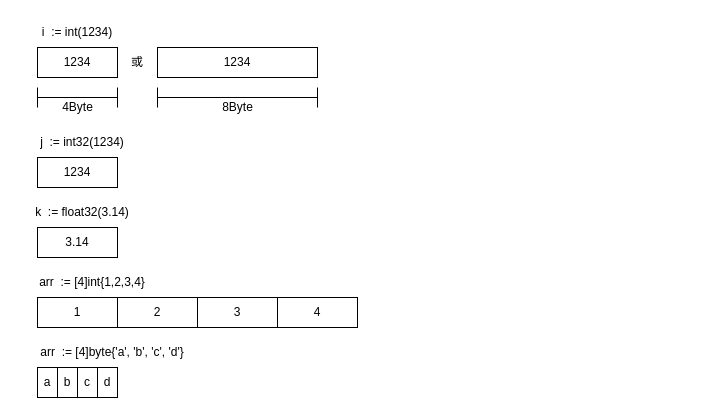
The draw.io diagram page "数据结构" (1 of 3) of golang.drawio in jxu86/project-uml, before the edit. Source tidied: cells renumbered, new cells numbered last; positions are measured from the earlier drawing's top-left corner, leaving out a move shared by most shapes. Both pictures are drawn from the tidied source at 100%, with x=0, y=0 at pixel (17, 17).
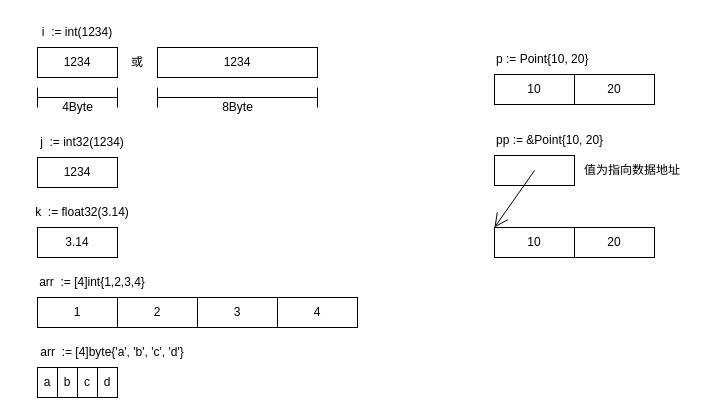
Above is the later version.

Change to the diagram source:
```diff
@@
+    <mxCell id="24" style="rounded=0;whiteSpace=wrap;html=1;" parent="1" vertex="1">
+      <mxGeometry x="477" y="138" width="80" height="30" as="geometry" />
+    </mxCell>
@@
+    <mxCell id="25" value="p := Point{10, 20}" style="text;html=1;strokeColor=none;fillColor=none;align=left;verticalAlign=middle;whiteSpace=wrap;rounded=0;" parent="1" vertex="1">
+      <mxGeometry x="477" y="27" width="119" height="30" as="geometry" />
+    </mxCell>
+    <mxCell id="26" value="pp := &amp;amp;Point{10, 20}" style="text;html=1;strokeColor=none;fillColor=none;align=left;verticalAlign=middle;whiteSpace=wrap;rounded=0;" parent="1" vertex="1">
+      <mxGeometry x="477" y="108" width="139" height="30" as="geometry" />
+    </mxCell>
+    <mxCell id="27" value="10" style="rounded=0;whiteSpace=wrap;html=1;" parent="1" vertex="1">
+      <mxGeometry x="477" y="210" width="80" height="30" as="geometry" />
+    </mxCell>
+    <mxCell id="28" value="20" style="rounded=0;whiteSpace=wrap;html=1;" parent="1" vertex="1">
+      <mxGeometry x="557" y="210" width="80" height="30" as="geometry" />
+    </mxCell>
+    <mxCell id="29" style="endArrow=open;endFill=1;endSize=12;html=1;rounded=0;entryX=0;entryY=0;entryDx=0;entryDy=0;exitX=0.5;exitY=0.5;exitDx=0;exitDy=0;exitPerimeter=0;" parent="1" edge="1" source="24" target="27">
+      <mxGeometry relative="1" as="geometry" />
+    </mxCell>
+    <mxCell id="30" value="10" style="rounded=0;whiteSpace=wrap;html=1;" parent="1" vertex="1">
+      <mxGeometry x="477" y="57" width="80" height="30" as="geometry" />
+    </mxCell>
+    <mxCell id="31" value="20" style="rounded=0;whiteSpace=wrap;html=1;" parent="1" vertex="1">
+      <mxGeometry x="557" y="57" width="80" height="30" as="geometry" />
+    </mxCell>
+    <mxCell id="32" value="值为指向数据地址" style="text;html=1;strokeColor=none;fillColor=none;align=center;verticalAlign=middle;whiteSpace=wrap;rounded=0;" parent="1" vertex="1">
+      <mxGeometry x="562" y="142" width="106" height="22" as="geometry" />
+    </mxCell>
```
